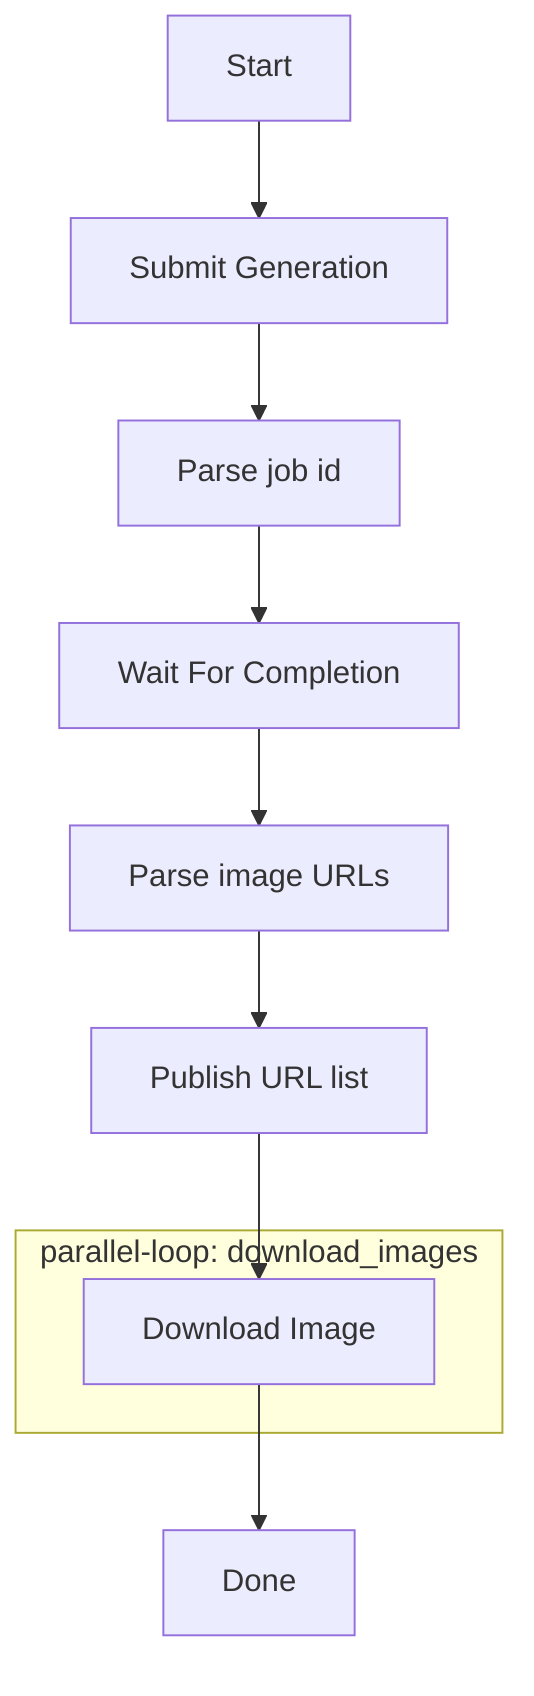
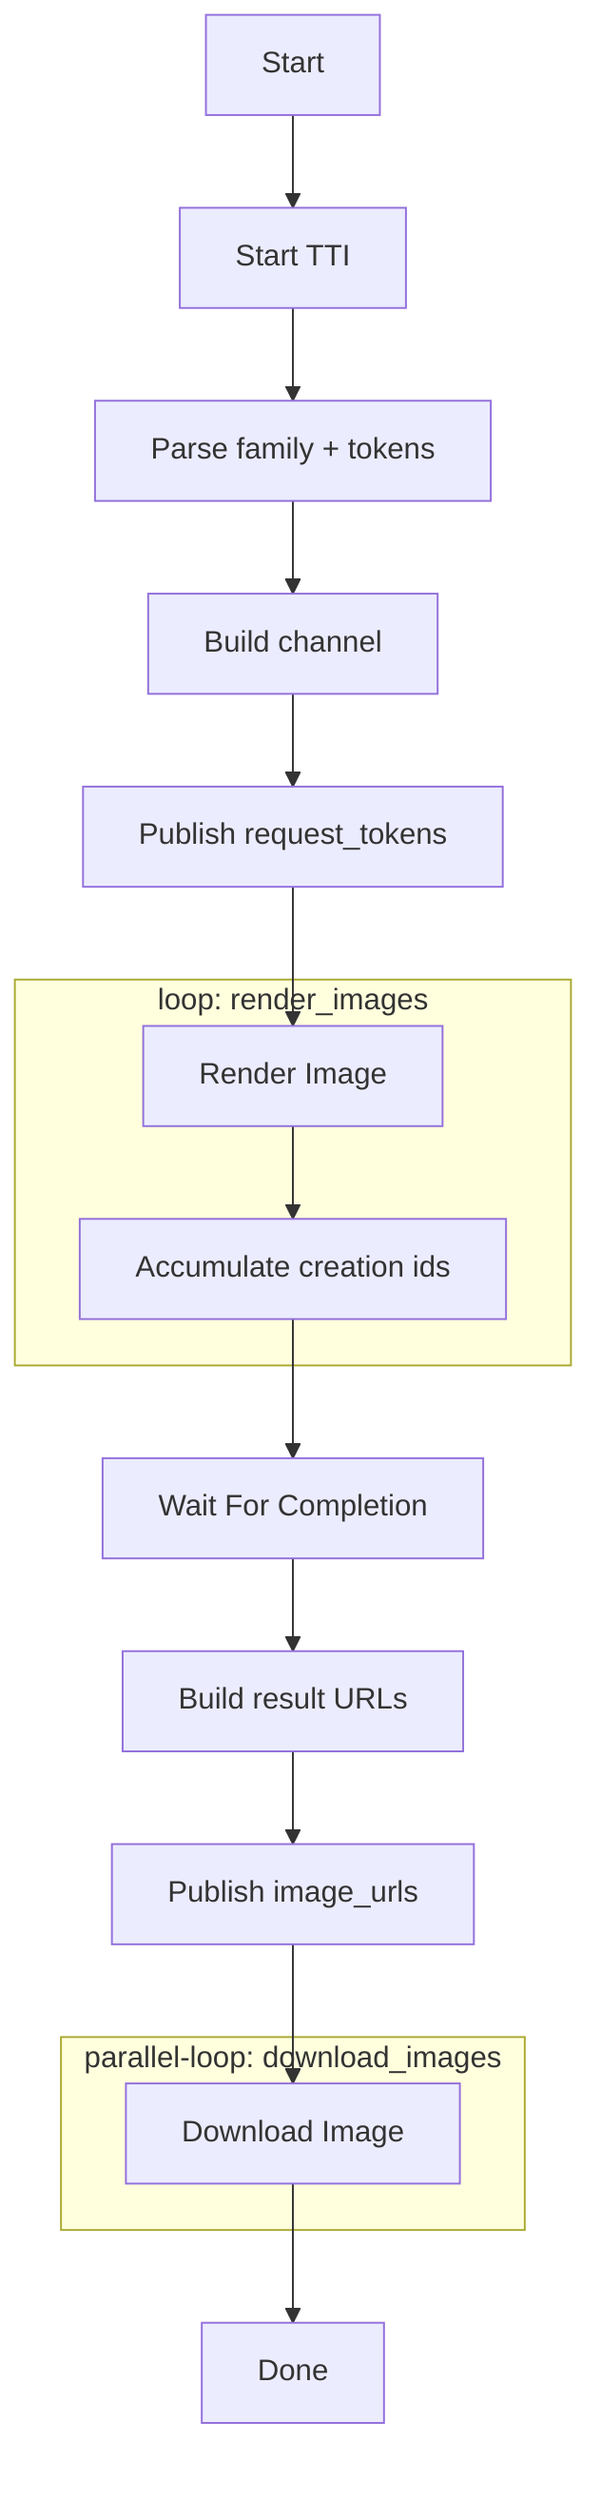
graph TD
-     START[Start] --> SUBMIT[Submit Generation]
-     SUBMIT --> PARSE_JOB[Parse job id]
-     PARSE_JOB --> WAIT[Wait For Completion]
-     WAIT --> PARSE_URLS[Parse image URLs]
-     PARSE_URLS --> PUBLISH[Publish URL list]
+     START[Start] --> SUBMIT[Start TTI]
+     SUBMIT --> PARSE_START[Parse family + tokens]
+     PARSE_START --> CHANNEL[Build channel]
+     CHANNEL --> PUBLISH_TOKENS[Publish request_tokens]
+ 
+     subgraph render ["loop: render_images"]
+         RENDER[Render Image] --> ACC_IDS[Accumulate creation ids]
+     end
+ 
+     PUBLISH_TOKENS --> RENDER
+     ACC_IDS --> WAIT[Wait For Completion]
+     WAIT --> PARSE_URLS[Build result URLs]
+     PARSE_URLS --> PUBLISH_URLS[Publish image_urls]

    subgraph downloads ["parallel-loop: download_images"]
        DOWNLOAD[Download Image]
    end

-     PUBLISH --> DOWNLOAD
+     PUBLISH_URLS --> DOWNLOAD
    DOWNLOAD --> DONE[Done]

    %% ===== Graph metadata =====
    %% @graph name: magnific.generate
-     %% @graph description: Submit a Magnific image generation, wait on the WebSocket for completion, download the result images.
+     %% @graph description: Submit a Magnific image generation, render each image, wait on the Pusher WebSocket, download results.

-     %% ===== Auth (graph-level; NOT an auth.yaml). =====
-     %% Magnific uses a session cookie PLUS an x-xsrf-token header (value = the
-     %% XSRF-TOKEN cookie) on the generate POST. cookie_jar now echoes the cookie
-     %% into the header via csrf_cookie/csrf_header (psflow gap #1, implemented).
+     %% ===== Auth (graph-level). cookie_jar echoes XSRF-TOKEN into x-xsrf-token (gap #1). =====
    %% @graph auth.magnific.type: cookie_jar
    %% @graph auth.magnific.params.domain: magnific.com
    %% @graph auth.magnific.params.csrf_cookie: XSRF-TOKEN
    %% @graph auth.magnific.params.csrf_header: x-xsrf-token

    %% ===== Inputs (MCP tool params derive from these ports) =====
    %% @START handler: passthrough
    %% @START inputs.prompt: "String"
    %% @START inputs.model: "String"
+     %% @START inputs.num_images: "I64"
+     %% @START inputs.user_id: "String"
    %% @START outputs.prompt: "String"
    %% @START outputs.model: "String"
+     %% @START outputs.num_images: "I64"
+     %% @START outputs.user_id: "String"

    %% ===== Start generation (confirmed: start-tti-v2) =====
-     %% Returns { family:<uuid>, request_tokens:[...], available_slots, limit }.
-     %% Needs the x-xsrf-token header (cookie-derived) — see auth note above.
+     %% Returns { family, request_tokens:[...], available_slots, limit }.
    %% @SUBMIT handler: http
    %% @SUBMIT config.method: POST
    %% @SUBMIT config.url: "https://www.magnific.com/app/api/start-tti-v2?lang=en_US"
    %% @SUBMIT config.auth: magnific
    %% @SUBMIT config.body: "{\"mode\":\"{model}\",\"prompt\":\"{prompt}\",\"references\":[],\"num_images\":{num_images},\"aspect_ratio\":\"1:1\",\"variations\":true,\"force_credits\":true}"
    %% @SUBMIT config.fail_on_non_2xx: true
    %% @SUBMIT config.validation: { "file": "schemas/submit_response.json" }
    %% @SUBMIT inputs.prompt: "String"
    %% @SUBMIT inputs.model: "String"
    %% @SUBMIT inputs.num_images: "I64"
    %% @SUBMIT outputs.body: "String"

    %% ===== Parse family + request_tokens =====
-     %% @PARSE_JOB handler: rhai
-     %% @PARSE_JOB config.script: "let r = parse_json(inputs.body); #{ family: r.family, request_tokens: r.request_tokens }"
-     %% @PARSE_JOB inputs.body: "String"
-     %% @PARSE_JOB outputs.family: "String"
-     %% @PARSE_JOB outputs.request_tokens: "Vec"
+     %% @PARSE_START handler: rhai
+     %% @PARSE_START config.script: "let r = parse_json(inputs.body); #{ family: r.family, request_tokens: r.request_tokens }"
+     %% @PARSE_START inputs.body: "String"
+     %% @PARSE_START outputs.family: "String"
+     %% @PARSE_START outputs.request_tokens: "Vec"

-     %% TODO(author): insert a `parallel-loop: render_images` here BEFORE the WS wait.
-     %% For each image (request_token + image_index) POST to the render host:
-     %%   POST https://ak-data.magnific.com/app/api/render/v4?lang=en_US
-     %%   body { tool:"text-to-image", mode:"{model}", family:"{family}", prompt:"{prompt}",
-     %%          width, height, seed, aspect_ratio, resolution:"2k", request_token, image_index, num_images }
-     %% Each render returns { creation: { id, identifier, family, metadata{ expectTime, ... } } }.
-     %% Collect the creation.id list — those key the result URLs and the WS completion events.
+     %% ===== Build the per-user Pusher channel name =====
+     %% @CHANNEL handler: rhai
+     %% @CHANNEL config.script: "#{ channel: \"private-user.\" + inputs.user_id }"
+     %% @CHANNEL inputs.user_id: "String"
+     %% @CHANNEL outputs.channel: "String"
+ 
+     %% ===== Publish request_tokens onto the blackboard for the render loop =====
+     %% TODO(author): the loop reads its collection from the blackboard by key, but no
+     %% built-in handler publishes a node-output Vec there (rhai can read `ctx` but not
+     %% write; only `accumulator` writes, incrementally). Under Ergon this is covered by
+     %% step-result promotion — confirm the promoted-key syntax and point loop_foreach at
+     %% it. Otherwise this needs a small "set blackboard key" handler (candidate gap #3).
+     %% @PUBLISH_TOKENS handler: passthrough
+     %% @PUBLISH_TOKENS inputs.request_tokens: "Vec"
+     %% @PUBLISH_TOKENS inputs.family: "String"
+     %% @PUBLISH_TOKENS inputs.channel: "String"
+ 
+     %% ===== Render fan-out: one render/v4 per image, sequential so the accumulator =====
+     %% shares the blackboard. ForEach over the published request_tokens collection.
+     %% @RENDER exec.loop_foreach: "request_tokens"
+     %% @RENDER exec.loop_item_key: "loop.token"
+     %% @RENDER exec.loop_index_key: "loop.index"
+     %% @RENDER handler: http
+     %% @RENDER config.method: POST
+     %% @RENDER config.url: "https://ak-data.magnific.com/app/api/render/v4?lang=en_US"
+     %% @RENDER config.auth: magnific
+     %% TODO(recon/author): width/height/seed/resolution from the model + aspect_ratio;
+     %% mode/family/prompt thread from inputs; request_token + image_index from loop vars.
+     %% @RENDER config.body: "{\"tool\":\"text-to-image\",\"mode\":\"{model}\",\"family\":\"{family}\",\"prompt\":\"{prompt}\",\"aspect_ratio\":\"1:1\",\"resolution\":\"2k\",\"request_token\":\"{loop.token}\",\"image_index\":{loop.index},\"force_credits\":true}"
+     %% @RENDER config.fail_on_non_2xx: true
+     %% @RENDER outputs.body: "String"
+ 
+     %% ===== Accumulate each render's creation.id into a blackboard collection =====
+     %% @ACC_IDS handler: rhai
+     %% @ACC_IDS config.script: "#{ creation_id: parse_json(inputs.body).creation.id }"
+     %% @ACC_IDS inputs.body: "String"
+     %% @ACC_IDS outputs.creation_id: "I64"
+     %% (then an accumulator step appends creation_id -> blackboard "creation_ids";
+     %%  folded here for brevity — a dedicated `accumulator` node with config.key=creation_ids,
+     %%  config.input_key=creation_id is the real shape.)

    %% ===== Wait for completion over the WebSocket (self-hosted Pusher, protocol 7) =====
-     %% Reactive Pusher subscribe via config.handshake (psflow gap #2 — IMPLEMENTED):
-     %%   connect → recv pusher:connection_established → POST broadcasting/auth (cookie+xsrf)
-     %%   → send pusher:subscribe → recv channel events.
-     %% Upstream must pass `channel` = "private-user." + <user_id> as an input.
-     %% TODO(recon): the exact completion event name on the channel (terminate predicate below).
+     %% Reactive Pusher subscribe via config.handshake (psflow gap #2 — implemented):
+     %%   connect -> recv pusher:connection_established -> POST broadcasting/auth (cookie+xsrf)
+     %%   -> send pusher:subscribe -> recv channel events.
    %% @WAIT handler: ws
    %% @WAIT config.url: "wss://ak-data.magnific.com/app/app/xzo0bvj9t7raco6og0q3?protocol=7&client=js&version=8.4.0"
    %% @WAIT config.auth: magnific
    %% @WAIT config.handshake: {
    %%   "trigger": "frame.json.event == \"pusher:connection_established\"",
    %%   "auth_request": {
    %%     "url": "https://www.magnific.com/app/broadcasting/auth",
    %%     "body": "let d = parse_json(frame.json.data); \"socket_id=\" + d.socket_id + \"&channel_name=\" + inputs.channel",
    %%     "auth": "magnific"
    %%   },
    %%   "send": "\"{\\\"event\\\":\\\"pusher:subscribe\\\",\\\"data\\\":{\\\"auth\\\":\\\"\" + auth.auth + \"\\\",\\\"channel\\\":\\\"\" + inputs.channel + \"\\\"}}\""
    %% }
-     %% TODO(recon): replace the terminate predicate with the real completion event.
+     %% TODO(recon): replace the terminate predicate with the real completion event,
+     %% terminating once all this run's creation_ids report complete.
    %% @WAIT config.terminate: { "on_predicate": "frame.json.TODO_event_signals_complete", "timeout_ms": 180000 }
-     %% @WAIT inputs.family: "String"
-     %% @WAIT inputs.channel: "String"
+     %% TODO(author): `channel` reaches WAIT at runtime via the blackboard (Ergon
+     %% step promotion), not a typed edge — see PUBLISH_TOKENS note. Left untyped here.
    %% @WAIT outputs.frames: "Vec"

-     %% ===== Build result image URLs from creation.ids =====
-     %% Signed CDN URLs: https://pikaso.cdnpk.net/private/production/{creation.id}/render.{ext}?token=exp=...~hmac=...
-     %% The signed token arrives in the WS frame (or via a re-fetch of /app/api/projects/files/recent).
-     %% TODO(recon/author): assemble the signed URL per completed creation.id.
+     %% ===== Build result image URLs from creation_ids =====
+     %% Signed CDN URLs: https://pikaso.cdnpk.net/private/production/{creation.id}/render.{ext}?token=...
+     %% TODO(recon/author): assemble the signed URL per completed creation.id (token from the
+     %% WS frame, or re-fetch /app/api/projects/files/recent).
    %% @PARSE_URLS handler: rhai
    %% @PARSE_URLS config.script: "#{ image_urls: inputs.frames }"
    %% @PARSE_URLS inputs.frames: "Vec"
    %% @PARSE_URLS outputs.image_urls: "Vec"

-     %% ===== Publish the URL list to a blackboard key for the parallel-loop =====
-     %% TODO(author): confirm publication path so the loop's exec.loop_foreach key
-     %% resolves to this Vec on the global blackboard.
-     %% @PUBLISH handler: passthrough
-     %% @PUBLISH inputs.image_urls: "Vec"
-     %% @PUBLISH outputs.image_urls: "Vec"
+     %% ===== Publish image_urls onto the blackboard for the download loop =====
+     %% TODO(author): same blackboard-publish requirement as PUBLISH_TOKENS above.
+     %% @PUBLISH_URLS handler: passthrough
+     %% @PUBLISH_URLS inputs.image_urls: "Vec"
+     %% @PUBLISH_URLS outputs.image_urls: "Vec"

    %% ===== Fan-out download: one http+body_sink per signed CDN URL =====
    %% @DOWNLOAD exec.loop_foreach: "image_urls"
    %% @DOWNLOAD exec.loop_item_key: "loop.item"
    %% @DOWNLOAD exec.max_concurrent: 4
    %% @DOWNLOAD handler: http
    %% @DOWNLOAD config.method: GET
-     %% TODO(author): the signed CDN URL needs no auth; output dir + filename template.
    %% @DOWNLOAD config.url: "{loop.item}"
+     %% TODO(author): output dir + filename template (e.g. creation.id + extension).
    %% @DOWNLOAD config.body_sink: { "file": { "path": "output/magnific/{loop.item}", "overwrite": "always", "create_parents": true } }

    %% ===== Terminal =====
    %% @DONE handler: passthrough
